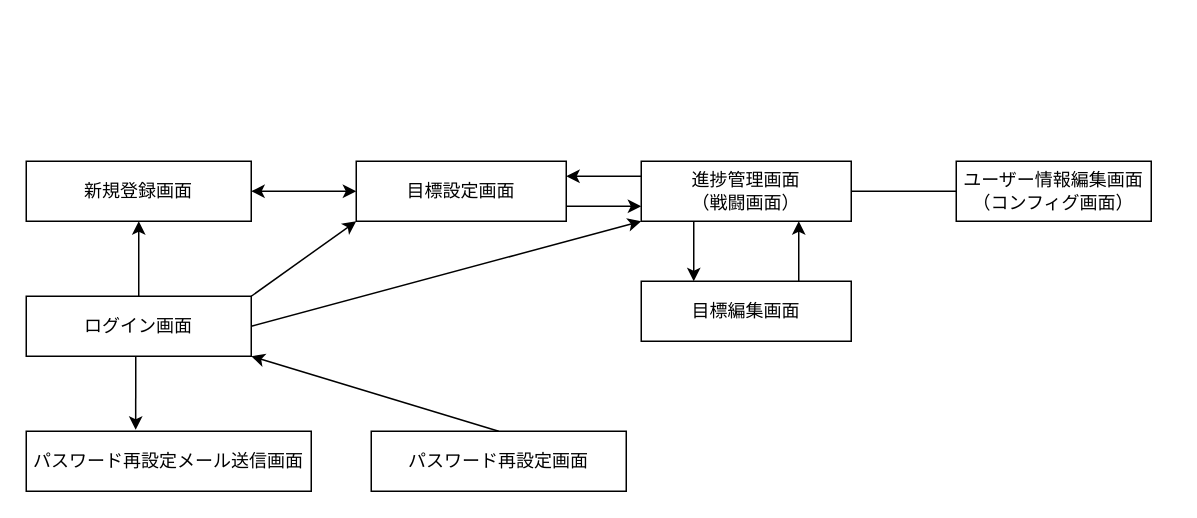
Above: mammon_quest_transition.dio in kanieksuke/mammon_quest (draw.io), before the change. Source tidied: cells renumbered, new cells numbered last; positions are measured from the earlier drawing's top-left corner, leaving out a move shared by most shapes. Both pictures are drawn from the tidied source at 150%, with x=0, y=0 at pixel (26, 160).
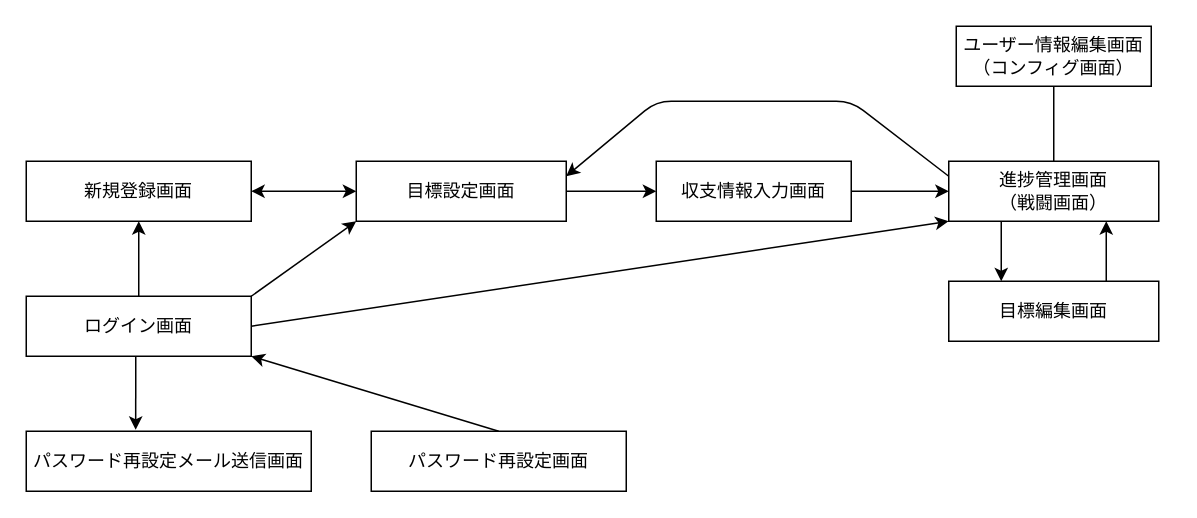
The same diagram, later.

Commit message (it also covers changes not shown here):
固定収支は目標ではなく生活費と一緒に収支で管理

The change refers to these unchanged cells:
```xml
<mxCell id="3" value="目標設定画面" style="whiteSpace=wrap;html=1;align=center;" parent="1" vertex="1">
  <mxGeometry x="220" width="140" height="40" as="geometry" />
</mxCell>
```

Change to the diagram source:
```diff
@@
+    <mxCell id="21" style="edgeStyle=none;html=1;exitX=1;exitY=0.5;exitDx=0;exitDy=0;" parent="1" edge="1" source="4">
+      <mxGeometry relative="1" as="geometry">
+        <mxPoint x="755" y="20" as="targetPoint" />
+        <Array as="points">
+          <mxPoint x="740" y="10" />
+        </Array>
+      </mxGeometry>
+    </mxCell>
     <mxCell id="4" value="進捗管理画面&lt;br&gt;（戦闘画面）" style="whiteSpace=wrap;html=1;align=center;" parent="1" vertex="1">
-      <mxGeometry x="410" width="140" height="40" as="geometry" />
+      <mxGeometry x="615" width="140" height="40" as="geometry" />
     </mxCell>
-    <mxCell id="5" style="endArrow=classic;html=1;entryX=0;entryY=0.75;entryDx=0;entryDy=0;exitX=1;exitY=0.75;exitDx=0;exitDy=0;" parent="1" edge="1" source="3" target="4">
+    <mxCell id="5" style="endArrow=classic;html=1;exitX=1;exitY=0.5;exitDx=0;exitDy=0;entryX=0;entryY=0.5;entryDx=0;entryDy=0;" parent="1" edge="1" source="3" target="22">
       <mxGeometry relative="1" as="geometry" />
     </mxCell>
@@
     <mxCell id="9" value="ユーザー情報編集画面&lt;br&gt;（コンフィグ画面）" style="rounded=0;whiteSpace=wrap;html=1;" parent="1" vertex="1">
-      <mxGeometry x="620" width="130" height="40" as="geometry" />
+      <mxGeometry x="620" y="-90" width="130" height="40" as="geometry" />
     </mxCell>
-    <mxCell id="10" style="endArrow=none;html=1;entryX=0;entryY=0.5;entryDx=0;entryDy=0;exitX=1;exitY=0.5;exitDx=0;exitDy=0;" parent="1" edge="1" source="4" target="9">
+    <mxCell id="10" style="endArrow=none;html=1;exitX=0.5;exitY=0;exitDx=0;exitDy=0;" parent="1" edge="1" source="4" target="9">
       <mxGeometry relative="1" as="geometry" />
     </mxCell>
@@
     <mxCell id="15" value="目標編集画面" style="rounded=0;whiteSpace=wrap;html=1;" parent="1" vertex="1">
-      <mxGeometry x="410" y="80" width="140" height="40" as="geometry" />
+      <mxGeometry x="615" y="80" width="140" height="40" as="geometry" />
     </mxCell>
@@
     <mxCell id="19" style="endArrow=classic;html=1;exitX=0;exitY=0.25;exitDx=0;exitDy=0;entryX=1;entryY=0.25;entryDx=0;entryDy=0;" parent="1" edge="1" source="4" target="3">
-      <mxGeometry relative="1" as="geometry" />
+      <mxGeometry relative="1" as="geometry">
+        <Array as="points">
+          <mxPoint x="550" y="-40" />
+          <mxPoint x="490" y="-40" />
+          <mxPoint x="420" y="-40" />
+        </Array>
+      </mxGeometry>
     </mxCell>
@@
+    <mxCell id="22" value="収支情報入力画面" style="rounded=0;whiteSpace=wrap;html=1;" parent="1" vertex="1">
+      <mxGeometry x="420" width="130" height="40" as="geometry" />
+    </mxCell>
+    <mxCell id="23" style="endArrow=classic;html=1;exitX=1;exitY=0.5;exitDx=0;exitDy=0;entryX=0;entryY=0.5;entryDx=0;entryDy=0;" parent="1" edge="1" source="22" target="4">
+      <mxGeometry relative="1" as="geometry" />
+    </mxCell>
```
